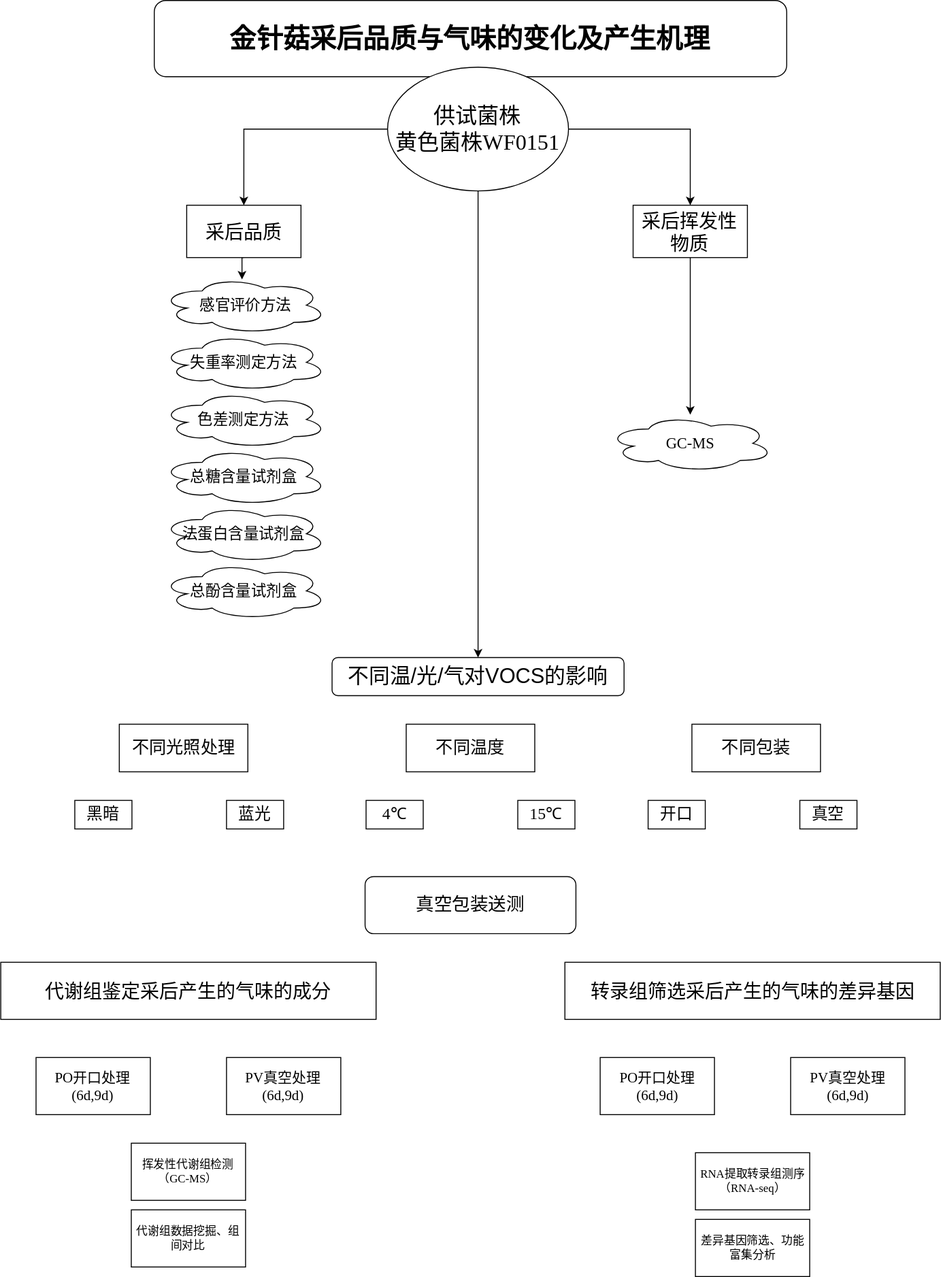
Earlier version of the draw.io export BBBY.svg (Darling-02-02/study). Source tidied: cells renumbered, new cells last; positions are measured from the earlier drawing's top-left corner, leaving out a move shared by most shapes.
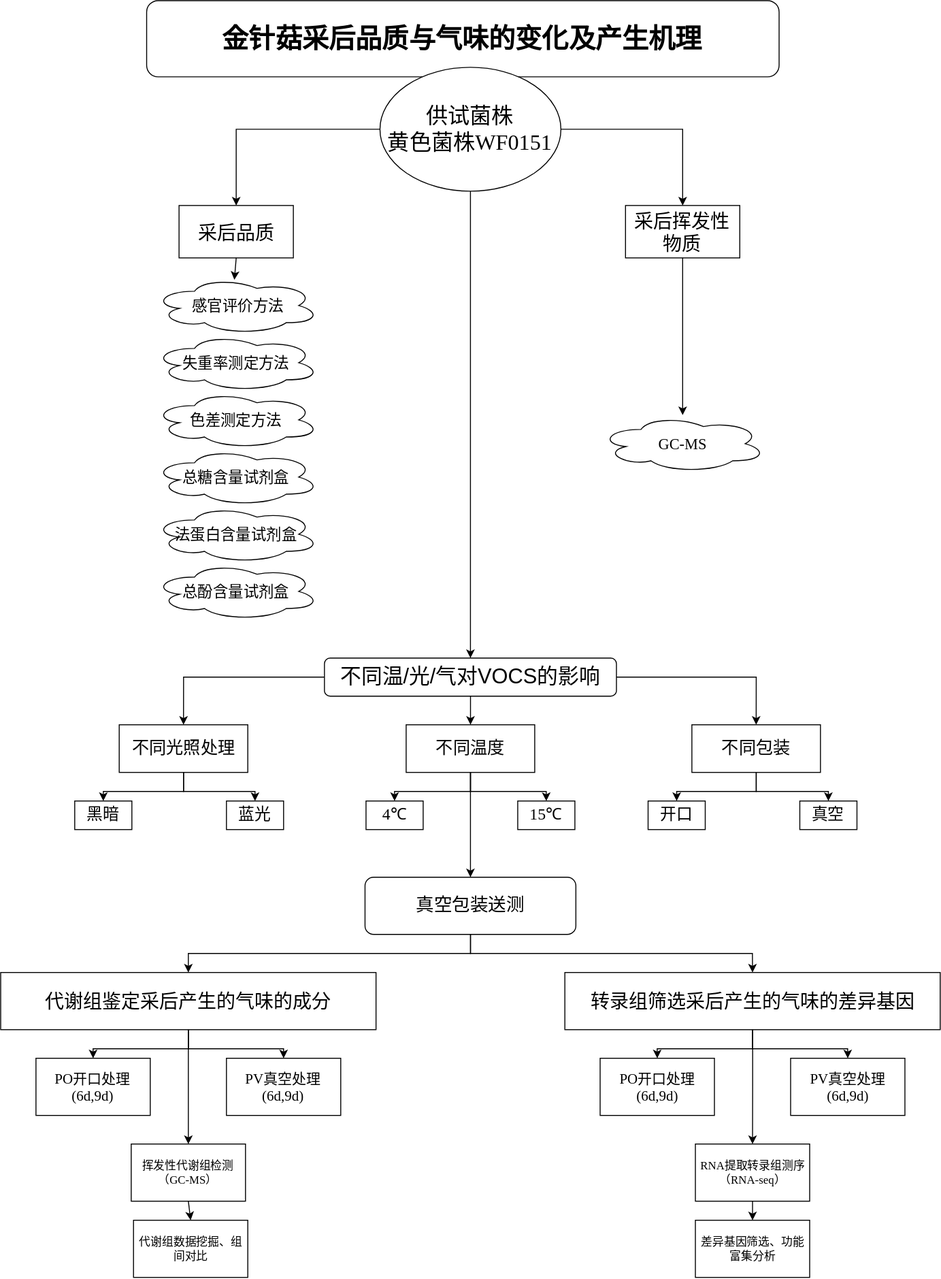
After the commit.

Change to the diagram source:
```diff
@@ -26,8 +26,14 @@
         <mxPoint x="941.7" y="382.5" as="targetPoint" />
       </mxGeometry>
     </mxCell>
+    <mxCell id="40" style="edgeStyle=orthogonalEdgeStyle;rounded=0;jettySize=auto;html=1;entryX=0.5;entryY=0;entryDx=0;entryDy=0;" parent="1" edge="1" source="9" target="21">
+      <mxGeometry relative="1" as="geometry" />
+    </mxCell>
+    <mxCell id="41" style="edgeStyle=orthogonalEdgeStyle;rounded=0;jettySize=auto;html=1;entryX=0.5;entryY=0;entryDx=0;entryDy=0;" parent="1" edge="1" source="9" target="20">
+      <mxGeometry relative="1" as="geometry" />
+    </mxCell>
     <mxCell id="9" value="&lt;font style=&quot;font-size: 18px;&quot; face=&quot;宋体&quot;&gt;不同光照处理&lt;/font&gt;" style="rounded=0;whiteSpace=wrap;html=1;" parent="1" vertex="1">
-      <mxGeometry x="124.7" y="760" width="135" height="50" as="geometry" />
+      <mxGeometry x="132.7" y="760" width="135" height="50" as="geometry" />
     </mxCell>
     <mxCell id="10" value="&lt;span style=&quot;font-size:12.0pt;font-family:宋体;&lt;br/&gt;mso-ascii-font-family:&amp;quot;Times New Roman&amp;quot;;mso-fareast-theme-font:minor-fareast;&lt;br/&gt;mso-hansi-font-family:&amp;quot;Times New Roman&amp;quot;;mso-bidi-font-family:&amp;quot;Times New Roman&amp;quot;;&lt;br/&gt;mso-font-kerning:1.0pt;mso-ansi-language:EN-US;mso-fareast-language:ZH-CN;&lt;br/&gt;mso-bidi-language:AR-SA&quot;&gt;总糖含量试剂盒&lt;/span&gt;" style="ellipse;shape=cloud;whiteSpace=wrap;html=1;" parent="1" vertex="1">
       <mxGeometry x="168" y="470" width="175" height="60" as="geometry" />
@@ -53,69 +59,123 @@
     <mxCell id="17" value="&lt;span style=&quot;font-size: 16px;&quot;&gt;&lt;font face=&quot;Times New Roman&quot;&gt;GC-MS&lt;/font&gt;&lt;/span&gt;" style="ellipse;shape=cloud;whiteSpace=wrap;html=1;" parent="1" vertex="1">
       <mxGeometry x="636.8" y="435" width="175" height="60" as="geometry" />
     </mxCell>
+    <mxCell id="42" style="edgeStyle=orthogonalEdgeStyle;rounded=0;jettySize=auto;html=1;entryX=0.5;entryY=0;entryDx=0;entryDy=0;" parent="1" edge="1" source="18" target="33">
+      <mxGeometry relative="1" as="geometry" />
+    </mxCell>
+    <mxCell id="43" style="edgeStyle=orthogonalEdgeStyle;rounded=0;jettySize=auto;html=1;entryX=0.5;entryY=0;entryDx=0;entryDy=0;" parent="1" edge="1" source="18" target="32">
+      <mxGeometry relative="1" as="geometry" />
+    </mxCell>
+    <mxCell id="44" style="edgeStyle=orthogonalEdgeStyle;rounded=0;jettySize=auto;html=1;entryX=0.5;entryY=0;entryDx=0;entryDy=0;" parent="1" edge="1" source="18" target="23">
+      <mxGeometry relative="1" as="geometry" />
+    </mxCell>
     <mxCell id="18" value="&lt;font style=&quot;font-size: 18px;&quot; face=&quot;宋体&quot;&gt;不同温度&lt;/font&gt;" style="rounded=0;whiteSpace=wrap;html=1;" parent="1" vertex="1">
-      <mxGeometry x="426" y="760" width="135" height="50" as="geometry" />
+      <mxGeometry x="433.9" y="760" width="135" height="50" as="geometry" />
     </mxCell>
+    <mxCell id="45" style="edgeStyle=orthogonalEdgeStyle;rounded=0;jettySize=auto;html=1;entryX=0.5;entryY=0;entryDx=0;entryDy=0;" parent="1" edge="1" source="19" target="35">
+      <mxGeometry relative="1" as="geometry" />
+    </mxCell>
+    <mxCell id="46" style="edgeStyle=orthogonalEdgeStyle;rounded=0;jettySize=auto;html=1;entryX=0.5;entryY=0;entryDx=0;entryDy=0;" parent="1" edge="1" source="19" target="34">
+      <mxGeometry relative="1" as="geometry" />
+    </mxCell>
     <mxCell id="19" value="&lt;font style=&quot;font-size: 18px;&quot; face=&quot;宋体&quot;&gt;不同包装&lt;/font&gt;" style="rounded=0;whiteSpace=wrap;html=1;" parent="1" vertex="1">
-      <mxGeometry x="726" y="760" width="135" height="50" as="geometry" />
+      <mxGeometry x="733.9" y="760" width="135" height="50" as="geometry" />
     </mxCell>
     <mxCell id="20" value="&lt;font style=&quot;font-size: 17px;&quot; face=&quot;宋体&quot;&gt;蓝光&lt;/font&gt;" style="rounded=0;whiteSpace=wrap;html=1;" parent="1" vertex="1">
-      <mxGeometry x="237.3" y="840" width="60" height="30" as="geometry" />
+      <mxGeometry x="245.3" y="840" width="60" height="30" as="geometry" />
     </mxCell>
     <mxCell id="21" value="&lt;font style=&quot;font-size: 17px;&quot; face=&quot;宋体&quot;&gt;黑暗&lt;/font&gt;" style="rounded=0;whiteSpace=wrap;html=1;" parent="1" vertex="1">
-      <mxGeometry x="78" y="840" width="60" height="30" as="geometry" />
+      <mxGeometry x="86" y="840" width="60" height="30" as="geometry" />
     </mxCell>
+    <mxCell id="47" style="edgeStyle=orthogonalEdgeStyle;rounded=0;jettySize=auto;html=1;entryX=0.5;entryY=0;entryDx=0;entryDy=0;" parent="1" edge="1" source="22" target="24">
+      <mxGeometry relative="1" as="geometry" />
+    </mxCell>
+    <mxCell id="48" style="edgeStyle=orthogonalEdgeStyle;rounded=0;jettySize=auto;html=1;entryX=0.5;entryY=0;entryDx=0;entryDy=0;" parent="1" edge="1" source="22" target="25">
+      <mxGeometry relative="1" as="geometry" />
+    </mxCell>
+    <mxCell id="49" style="edgeStyle=orthogonalEdgeStyle;rounded=0;jettySize=auto;html=1;entryX=0.5;entryY=0;entryDx=0;entryDy=0;" parent="1" edge="1" source="22" target="26">
+      <mxGeometry relative="1" as="geometry" />
+    </mxCell>
     <mxCell id="22" value="&lt;font style=&quot;font-size: 20px;&quot; face=&quot;宋体&quot;&gt;代谢组鉴定采后产生的气味的成分&lt;/font&gt;" style="rounded=0;whiteSpace=wrap;html=1;" parent="1" vertex="1">
-      <mxGeometry x="0.3" y="1010" width="394.1" height="60" as="geometry" />
+      <mxGeometry x="8.2" y="1020" width="394.1" height="60" as="geometry" />
     </mxCell>
+    <mxCell id="50" style="edgeStyle=orthogonalEdgeStyle;rounded=0;jettySize=auto;html=1;entryX=0.5;entryY=0;entryDx=0;entryDy=0;" parent="1" edge="1" source="23" target="22">
+      <mxGeometry relative="1" as="geometry" />
+    </mxCell>
+    <mxCell id="51" style="edgeStyle=orthogonalEdgeStyle;rounded=0;jettySize=auto;html=1;entryX=0.5;entryY=0;entryDx=0;entryDy=0;" parent="1" edge="1" source="23" target="31">
+      <mxGeometry relative="1" as="geometry" />
+    </mxCell>
     <mxCell id="23" value="&lt;font style=&quot;font-size: 19px;&quot; face=&quot;宋体&quot;&gt;真空包装送测&lt;/font&gt;" style="rounded=1;whiteSpace=wrap;html=1;" parent="1" vertex="1">
-      <mxGeometry x="382.8" y="920" width="221.4" height="60" as="geometry" />
+      <mxGeometry x="390.8" y="920" width="221.4" height="60" as="geometry" />
     </mxCell>
     <mxCell id="24" value="&lt;font style=&quot;font-size: 15px;&quot; face=&quot;Times New Roman&quot;&gt;PO&lt;/font&gt;&lt;font face=&quot;宋体&quot; style=&quot;font-size: 15px;&quot;&gt;开口处理&lt;/font&gt;&lt;font style=&quot;font-size: 15px;&quot; face=&quot;Times New Roman&quot;&gt;(6d,9d)&lt;/font&gt;" style="rounded=0;whiteSpace=wrap;html=1;" parent="1" vertex="1">
-      <mxGeometry x="37.3" y="1110" width="120" height="60" as="geometry" />
+      <mxGeometry x="45.3" y="1110" width="120" height="60" as="geometry" />
     </mxCell>
     <mxCell id="25" value="&lt;font style=&quot;font-size: 15px;&quot; face=&quot;Times New Roman&quot;&gt;PV&lt;/font&gt;&lt;font face=&quot;宋体&quot; style=&quot;font-size: 15px;&quot;&gt;真空处理&lt;/font&gt;&lt;font style=&quot;font-size: 15px;&quot; face=&quot;Times New Roman&quot;&gt;(6d,9d)&lt;/font&gt;" style="rounded=0;whiteSpace=wrap;html=1;" parent="1" vertex="1">
-      <mxGeometry x="237.3" y="1110" width="120" height="60" as="geometry" />
+      <mxGeometry x="245.3" y="1110" width="120" height="60" as="geometry" />
     </mxCell>
+    <mxCell id="52" style="edgeStyle=orthogonalEdgeStyle;rounded=0;jettySize=auto;html=1;exitX=0.5;exitY=1;exitDx=0;exitDy=0;entryX=0.5;entryY=0;entryDx=0;entryDy=0;" parent="1" edge="1" source="26" target="27">
+      <mxGeometry relative="1" as="geometry" />
+    </mxCell>
     <mxCell id="26" value="&lt;font face=&quot;宋体&quot;&gt;挥发性代谢组检测&lt;/font&gt;&lt;font face=&quot;Times New Roman&quot;&gt;（GC-MS）&lt;/font&gt;" style="rounded=0;whiteSpace=wrap;html=1;" parent="1" vertex="1">
-      <mxGeometry x="137.3" y="1200" width="120" height="60" as="geometry" />
+      <mxGeometry x="145.3" y="1200" width="120" height="60" as="geometry" />
     </mxCell>
     <mxCell id="27" value="&lt;font face=&quot;宋体&quot;&gt;代谢组数据挖掘、组间对比&lt;/font&gt;" style="rounded=0;whiteSpace=wrap;html=1;" parent="1" vertex="1">
-      <mxGeometry x="137.3" y="1270" width="120" height="60" as="geometry" />
+      <mxGeometry x="147.7" y="1280" width="120" height="60" as="geometry" />
     </mxCell>
+    <mxCell id="53" style="edgeStyle=orthogonalEdgeStyle;rounded=0;jettySize=auto;html=1;exitX=0.5;exitY=1;exitDx=0;exitDy=0;entryX=0.5;entryY=0;entryDx=0;entryDy=0;" parent="1" edge="1" source="28" target="29">
+      <mxGeometry relative="1" as="geometry" />
+    </mxCell>
     <mxCell id="28" value="&lt;font face=&quot;Times New Roman&quot;&gt;RNA&lt;/font&gt;&lt;font face=&quot;宋体&quot;&gt;提取转录组测序&lt;/font&gt;&lt;font face=&quot;Times New Roman&quot;&gt;（RNA-seq）&lt;/font&gt;" style="rounded=0;whiteSpace=wrap;html=1;" parent="1" vertex="1">
-      <mxGeometry x="729.7" y="1210" width="120" height="60" as="geometry" />
+      <mxGeometry x="737.6" y="1200" width="120" height="60" as="geometry" />
     </mxCell>
     <mxCell id="29" value="&lt;font face=&quot;宋体&quot;&gt;差异基因筛选、功能富集分析&lt;/font&gt;" style="rounded=0;whiteSpace=wrap;html=1;" parent="1" vertex="1">
-      <mxGeometry x="729.7" y="1280" width="120" height="60" as="geometry" />
+      <mxGeometry x="737.6" y="1280" width="120" height="60" as="geometry" />
     </mxCell>
     <mxCell id="30" value="&lt;span style=&quot;font-size: 20px;&quot;&gt;&lt;font face=&quot;宋体&quot;&gt;采后品质&lt;/font&gt;&lt;/span&gt;" style="rounded=0;whiteSpace=wrap;html=1;" parent="1" vertex="1">
       <mxGeometry x="195.5" y="215" width="120" height="55" as="geometry" />
     </mxCell>
+    <mxCell id="54" style="edgeStyle=orthogonalEdgeStyle;rounded=0;jettySize=auto;html=1;exitX=0.5;exitY=1;exitDx=0;exitDy=0;entryX=0.5;entryY=0;entryDx=0;entryDy=0;" parent="1" edge="1" source="31" target="36">
+      <mxGeometry relative="1" as="geometry" />
+    </mxCell>
+    <mxCell id="55" style="edgeStyle=orthogonalEdgeStyle;rounded=0;jettySize=auto;html=1;entryX=0.5;entryY=0;entryDx=0;entryDy=0;" parent="1" edge="1" source="31" target="37">
+      <mxGeometry relative="1" as="geometry" />
+    </mxCell>
+    <mxCell id="56" style="edgeStyle=orthogonalEdgeStyle;rounded=0;jettySize=auto;html=1;entryX=0.5;entryY=0;entryDx=0;entryDy=0;" parent="1" edge="1" source="31" target="28">
+      <mxGeometry relative="1" as="geometry" />
+    </mxCell>
     <mxCell id="31" value="&lt;span style=&quot;font-size: 20px;&quot;&gt;&lt;font face=&quot;宋体&quot;&gt;转录组筛选采后产生的气味的差异基因&lt;/font&gt;&lt;/span&gt;" style="rounded=0;whiteSpace=wrap;html=1;" parent="1" vertex="1">
-      <mxGeometry x="592.6" y="1010" width="394.1" height="60" as="geometry" />
+      <mxGeometry x="600.6" y="1020" width="394.1" height="60" as="geometry" />
     </mxCell>
     <mxCell id="32" value="&lt;font style=&quot;font-size: 17px;&quot; face=&quot;宋体&quot;&gt;15℃&lt;/font&gt;" style="rounded=0;whiteSpace=wrap;html=1;" parent="1" vertex="1">
-      <mxGeometry x="543.1" y="840" width="60" height="30" as="geometry" />
+      <mxGeometry x="551.1" y="840" width="60" height="30" as="geometry" />
     </mxCell>
     <mxCell id="33" value="&lt;font style=&quot;font-size: 17px;&quot; face=&quot;宋体&quot;&gt;4℃&lt;/font&gt;" style="rounded=0;whiteSpace=wrap;html=1;" parent="1" vertex="1">
-      <mxGeometry x="383.9" y="840" width="60" height="30" as="geometry" />
+      <mxGeometry x="391.8" y="840" width="60" height="30" as="geometry" />
     </mxCell>
     <mxCell id="34" value="&lt;font style=&quot;font-size: 17px;&quot; face=&quot;宋体&quot;&gt;真空&lt;/font&gt;" style="rounded=0;whiteSpace=wrap;html=1;" parent="1" vertex="1">
-      <mxGeometry x="839.3" y="840" width="60" height="30" as="geometry" />
+      <mxGeometry x="847.3" y="840" width="60" height="30" as="geometry" />
     </mxCell>
     <mxCell id="35" value="&lt;font style=&quot;font-size: 17px;&quot; face=&quot;宋体&quot;&gt;开口&lt;/font&gt;" style="rounded=0;whiteSpace=wrap;html=1;" parent="1" vertex="1">
-      <mxGeometry x="680" y="840" width="60" height="30" as="geometry" />
+      <mxGeometry x="688" y="840" width="60" height="30" as="geometry" />
     </mxCell>
     <mxCell id="36" value="&lt;font style=&quot;font-size: 15px;&quot; face=&quot;Times New Roman&quot;&gt;PO&lt;/font&gt;&lt;font face=&quot;宋体&quot; style=&quot;font-size: 15px;&quot;&gt;开口处理&lt;/font&gt;&lt;font style=&quot;font-size: 15px;&quot; face=&quot;Times New Roman&quot;&gt;(6d,9d)&lt;/font&gt;" style="rounded=0;whiteSpace=wrap;html=1;" parent="1" vertex="1">
-      <mxGeometry x="629.7" y="1110" width="120" height="60" as="geometry" />
+      <mxGeometry x="637.6" y="1110" width="120" height="60" as="geometry" />
     </mxCell>
     <mxCell id="37" value="&lt;font style=&quot;font-size: 15px;&quot; face=&quot;Times New Roman&quot;&gt;PV&lt;/font&gt;&lt;font face=&quot;宋体&quot; style=&quot;font-size: 15px;&quot;&gt;真空处理&lt;/font&gt;&lt;font style=&quot;font-size: 15px;&quot; face=&quot;Times New Roman&quot;&gt;(6d,9d)&lt;/font&gt;" style="rounded=0;whiteSpace=wrap;html=1;" parent="1" vertex="1">
-      <mxGeometry x="829.7" y="1110" width="120" height="60" as="geometry" />
+      <mxGeometry x="837.6" y="1110" width="120" height="60" as="geometry" />
     </mxCell>
     <mxCell id="38" style="edgeStyle=orthogonalEdgeStyle;rounded=0;jettySize=auto;html=1;exitX=0.5;exitY=1;exitDx=0;exitDy=0;entryX=0.489;entryY=0.05;entryDx=0;entryDy=0;entryPerimeter=0;" parent="1" edge="1" source="30" target="14">
       <mxGeometry relative="1" as="geometry" />
     </mxCell>
+    <mxCell id="57" style="edgeStyle=orthogonalEdgeStyle;rounded=0;jettySize=auto;html=1;entryX=0.5;entryY=0;entryDx=0;entryDy=0;" parent="1" edge="1" source="39" target="9">
+      <mxGeometry relative="1" as="geometry" />
+    </mxCell>
+    <mxCell id="58" style="edgeStyle=orthogonalEdgeStyle;rounded=0;jettySize=auto;html=1;" parent="1" edge="1" source="39" target="18">
+      <mxGeometry relative="1" as="geometry" />
+    </mxCell>
+    <mxCell id="59" style="edgeStyle=orthogonalEdgeStyle;rounded=0;jettySize=auto;html=1;entryX=0.5;entryY=0;entryDx=0;entryDy=0;" parent="1" edge="1" source="39" target="19">
+      <mxGeometry relative="1" as="geometry" />
+    </mxCell>
     <mxCell id="39" value="&lt;font style=&quot;font-size: 22px;&quot;&gt;不同温&lt;span lang=&quot;EN-US&quot; style=&quot;font-family: Calibri, sans-serif;&quot;&gt;/&lt;/span&gt;&lt;span style=&quot;font-family: 宋体;&quot;&gt;光&lt;/span&gt;&lt;span lang=&quot;EN-US&quot; style=&quot;font-family: Calibri, sans-serif;&quot;&gt;/&lt;/span&gt;&lt;span style=&quot;font-family: 宋体;&quot;&gt;气对&lt;/span&gt;&lt;span lang=&quot;EN-US&quot; style=&quot;font-family: Calibri, sans-serif;&quot;&gt;VOCS&lt;/span&gt;&lt;span style=&quot;font-family: 宋体;&quot;&gt;的影响&lt;/span&gt;&lt;/font&gt;" style="rounded=1;whiteSpace=wrap;html=1;" parent="1" vertex="1">
       <mxGeometry x="348.1" y="690" width="306.6" height="40" as="geometry" />
     </mxCell>
```
